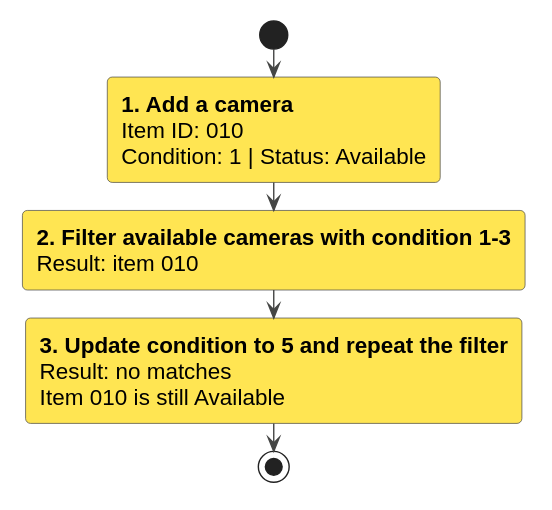
This is docs/images/EquipmentWorkflow.svg from AY2627S1-CS2113-W13-1/tp, a PlantUML export, as it was before one commit. The source it was exported from:
```plantuml
@startuml
!include style.puml
skinparam defaultFontSize 16
skinparam activityBackgroundColor #FFE552
skinparam activityBorderColor #454645

start
:**1. Add a camera**\nItem ID: 010\nCondition: 1 | Status: Available;
:**2. Filter available cameras with condition 1-3**\nResult: item 010;
:**3. Update condition to 5 and repeat the filter**\nResult: no matches\nItem 010 is still Available;
stop
@enduml
```
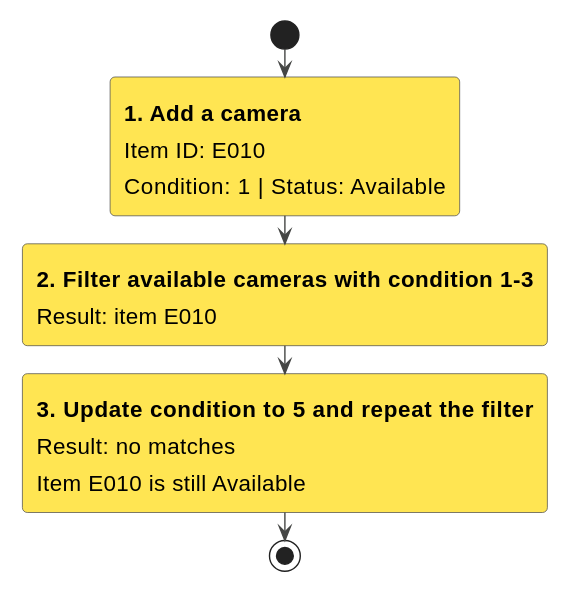
Above is the later version.

The edit, as a diff of the source:
```diff
@@ -5,8 +5,8 @@
 skinparam activityBorderColor #454645
 
 start
-:**1. Add a camera**\nItem ID: 010\nCondition: 1 | Status: Available;
-:**2. Filter available cameras with condition 1-3**\nResult: item 010;
-:**3. Update condition to 5 and repeat the filter**\nResult: no matches\nItem 010 is still Available;
+:**1. Add a camera**\nItem ID: E010\nCondition: 1 | Status: Available;
+:**2. Filter available cameras with condition 1-3**\nResult: item E010;
+:**3. Update condition to 5 and repeat the filter**\nResult: no matches\nItem E010 is still Available;
 stop
 @enduml
```
